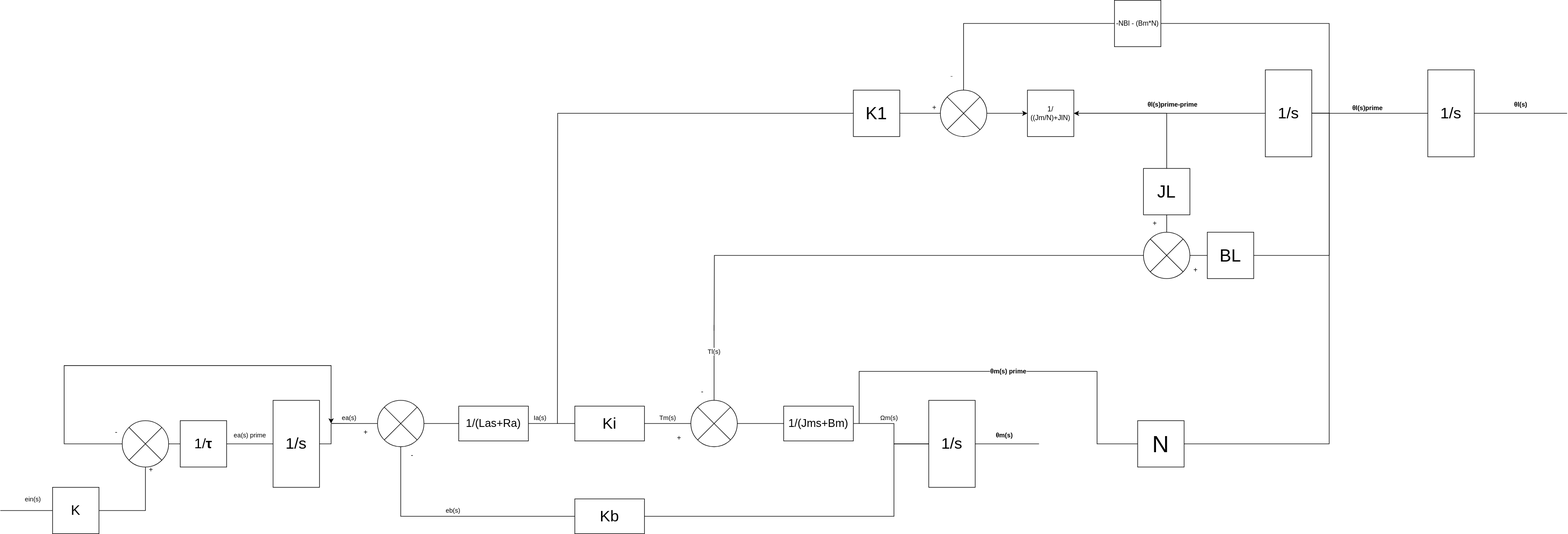
Before: schema_bloc_S5_APP3.svg, a diagram exported from draw.io (cdg66/GE-S5-APP3). Source tidied: cells renumbered, new cells last; positions are measured from the earlier drawing's top-left corner, leaving out a move shared by most shapes. The source it was exported from:
```xml
<mxGraphModel>
  <root>
    <mxCell id="0" />
    <mxCell id="1" parent="0" />
    <mxCell id="2" style="edgeStyle=orthogonalEdgeStyle;rounded=0;jettySize=auto;html=1;endArrow=none;endFill=0;" parent="1" edge="1" source="4">
      <mxGeometry relative="1" as="geometry">
        <mxPoint x="570" y="730" as="targetPoint" />
      </mxGeometry>
    </mxCell>
    <mxCell id="3" value="ea(s) prime" style="edgeStyle=orthogonalEdgeStyle;rounded=0;jettySize=auto;html=1;endArrow=none;endFill=0;entryX=1;entryY=0.5;entryDx=0;entryDy=0;" parent="1" edge="1" source="4" target="14">
      <mxGeometry y="-15" relative="1" as="geometry" />
    </mxCell>
    <mxCell id="4" value="&lt;font style=&quot;font-size: 27px;&quot;&gt;1/s&lt;/font&gt;" style="rounded=0;whiteSpace=wrap;html=1;" parent="1" vertex="1">
      <mxGeometry x="470" y="690" width="80" height="150" as="geometry" />
    </mxCell>
    <mxCell id="5" style="edgeStyle=orthogonalEdgeStyle;rounded=0;jettySize=auto;html=1;entryX=0;entryY=0.5;entryDx=0;entryDy=0;endArrow=none;endFill=0;" parent="1" edge="1" source="8" target="10">
      <mxGeometry relative="1" as="geometry" />
    </mxCell>
    <mxCell id="6" value="&lt;span class=&quot;ILfuVd&quot; lang=&quot;fr&quot;&gt;&lt;/span&gt;&lt;span class=&quot;ILfuVd&quot; lang=&quot;fr&quot;&gt;&lt;/span&gt;&lt;span class=&quot;ILfuVd&quot; lang=&quot;fr&quot;&gt;&lt;span class=&quot;hgKElc&quot;&gt;&lt;b&gt;θl(s)prime&lt;/b&gt;&lt;/span&gt;&lt;/span&gt;" style="edgeLabel;html=1;align=center;verticalAlign=middle;" parent="5" vertex="1">
      <mxGeometry x="-0.06" y="1" relative="1" as="geometry">
        <mxPoint y="-9" as="offset" />
      </mxGeometry>
    </mxCell>
    <mxCell id="7" value="&lt;span class=&quot;ILfuVd&quot; lang=&quot;fr&quot;&gt;&lt;/span&gt;&lt;span class=&quot;ILfuVd&quot; lang=&quot;fr&quot;&gt;&lt;/span&gt;&lt;span class=&quot;ILfuVd&quot; lang=&quot;fr&quot;&gt;&lt;span class=&quot;hgKElc&quot;&gt;&lt;b&gt;θl(s)prime-prime&lt;/b&gt;&lt;/span&gt;&lt;/span&gt;" style="edgeStyle=orthogonalEdgeStyle;rounded=0;jettySize=auto;html=1;exitX=0;exitY=0.5;exitDx=0;exitDy=0;endArrow=none;endFill=0;entryX=1;entryY=0.5;entryDx=0;entryDy=0;" parent="1" edge="1" source="8" target="55">
      <mxGeometry x="-0.03" y="-15" relative="1" as="geometry" />
    </mxCell>
    <mxCell id="8" value="&lt;font style=&quot;font-size: 27px;&quot;&gt;1/s&lt;/font&gt;" style="rounded=0;whiteSpace=wrap;html=1;" parent="1" vertex="1">
      <mxGeometry x="2180" y="120" width="80" height="150" as="geometry" />
    </mxCell>
    <mxCell id="9" value="&lt;span class=&quot;ILfuVd&quot; lang=&quot;fr&quot;&gt;&lt;/span&gt;&lt;span class=&quot;ILfuVd&quot; lang=&quot;fr&quot;&gt;&lt;/span&gt;&lt;span class=&quot;ILfuVd&quot; lang=&quot;fr&quot;&gt;&lt;/span&gt;&lt;span class=&quot;ILfuVd&quot; lang=&quot;fr&quot;&gt;&lt;span class=&quot;hgKElc&quot;&gt;&lt;b&gt;θl(s)&lt;/b&gt;&lt;/span&gt;&lt;/span&gt;" style="edgeStyle=orthogonalEdgeStyle;rounded=0;jettySize=auto;html=1;endArrow=none;endFill=0;" parent="1" edge="1" source="10">
      <mxGeometry y="15" relative="1" as="geometry">
        <mxPoint x="2700" y="195" as="targetPoint" />
        <mxPoint x="-15" y="-15" as="offset" />
      </mxGeometry>
    </mxCell>
    <mxCell id="10" value="&lt;font style=&quot;font-size: 27px;&quot;&gt;1/s&lt;/font&gt;" style="rounded=0;whiteSpace=wrap;html=1;" parent="1" vertex="1">
      <mxGeometry x="2460" y="120" width="80" height="150" as="geometry" />
    </mxCell>
    <mxCell id="11" style="edgeStyle=orthogonalEdgeStyle;rounded=0;jettySize=auto;html=1;" parent="1" edge="1" source="12">
      <mxGeometry relative="1" as="geometry">
        <mxPoint x="570" y="730" as="targetPoint" />
        <Array as="points">
          <mxPoint x="110" y="765" />
          <mxPoint x="110" y="630" />
          <mxPoint x="570" y="630" />
        </Array>
      </mxGeometry>
    </mxCell>
    <mxCell id="12" style="shape=sumEllipse;perimeter=ellipsePerimeter;whiteSpace=wrap;html=1;backgroundOutline=1;" parent="1" vertex="1">
      <mxGeometry x="210" y="725" width="80" height="80" as="geometry" />
    </mxCell>
    <mxCell id="13" style="edgeStyle=orthogonalEdgeStyle;rounded=0;jettySize=auto;html=1;entryX=1;entryY=0.5;entryDx=0;entryDy=0;endArrow=none;endFill=0;" parent="1" edge="1" source="14" target="12">
      <mxGeometry relative="1" as="geometry" />
    </mxCell>
    <mxCell id="14" value="&lt;font style=&quot;font-size: 24px;&quot;&gt;1/&lt;span class=&quot;ILfuVd&quot; lang=&quot;fr&quot;&gt;&lt;span class=&quot;hgKElc&quot;&gt;&lt;b&gt;τ&lt;/b&gt;&lt;/span&gt;&lt;/span&gt;&lt;/font&gt;" style="whiteSpace=wrap;html=1;" parent="1" vertex="1">
      <mxGeometry x="310" y="725" width="80" height="80" as="geometry" />
    </mxCell>
    <mxCell id="15" style="edgeStyle=orthogonalEdgeStyle;rounded=0;jettySize=auto;html=1;endArrow=none;endFill=0;" parent="1" edge="1" source="17" target="12">
      <mxGeometry relative="1" as="geometry" />
    </mxCell>
    <mxCell id="16" value="ein(s)" style="edgeStyle=orthogonalEdgeStyle;rounded=0;jettySize=auto;html=1;endArrow=none;endFill=0;" parent="1" edge="1" source="17">
      <mxGeometry x="-0.01" y="-10" relative="1" as="geometry">
        <mxPoint y="880" as="targetPoint" />
        <mxPoint x="10" y="-10" as="offset" />
      </mxGeometry>
    </mxCell>
    <mxCell id="17" value="&lt;font style=&quot;font-size: 24px;&quot;&gt;K&lt;/font&gt;" style="whiteSpace=wrap;html=1;" parent="1" vertex="1">
      <mxGeometry x="90" y="840" width="80" height="80" as="geometry" />
    </mxCell>
    <mxCell id="18" value="+" style="text;html=1;strokeColor=none;fillColor=none;align=center;verticalAlign=middle;whiteSpace=wrap;rounded=0;" parent="1" vertex="1">
      <mxGeometry x="230" y="795" width="60" height="30" as="geometry" />
    </mxCell>
    <mxCell id="19" value="-" style="text;html=1;strokeColor=none;fillColor=none;align=center;verticalAlign=middle;whiteSpace=wrap;rounded=0;" parent="1" vertex="1">
      <mxGeometry x="170" y="730" width="60" height="30" as="geometry" />
    </mxCell>
    <mxCell id="20" style="group;" parent="1" vertex="1">
      <mxGeometry x="570" y="560" width="1220" height="360" as="geometry" />
    </mxCell>
    <mxCell id="21" value="&lt;span class=&quot;ILfuVd&quot; lang=&quot;fr&quot;&gt;&lt;/span&gt;&lt;span class=&quot;ILfuVd&quot; lang=&quot;fr&quot;&gt;&lt;/span&gt;&lt;span class=&quot;ILfuVd&quot; lang=&quot;fr&quot;&gt;&lt;span class=&quot;hgKElc&quot;&gt;&lt;b&gt;θm(s)&lt;/b&gt;&lt;/span&gt;&lt;/span&gt;" style="edgeStyle=orthogonalEdgeStyle;rounded=0;jettySize=auto;html=1;endArrow=none;endFill=0;" parent="20" edge="1" source="22">
      <mxGeometry x="-0.09" y="15" relative="1" as="geometry">
        <mxPoint x="1220" y="205" as="targetPoint" />
      </mxGeometry>
    </mxCell>
    <mxCell id="22" value="&lt;font style=&quot;font-size: 27px;&quot;&gt;1/s&lt;/font&gt;" style="rounded=0;whiteSpace=wrap;html=1;" parent="20" vertex="1">
      <mxGeometry x="1030" y="130" width="80" height="150" as="geometry" />
    </mxCell>
    <mxCell id="23" value="&lt;div&gt;ea(s)&lt;/div&gt;" style="edgeStyle=orthogonalEdgeStyle;rounded=0;jettySize=auto;html=1;exitX=0;exitY=0.5;exitDx=0;exitDy=0;endArrow=none;endFill=0;" parent="20" edge="1" source="24">
      <mxGeometry x="0.24" y="-10" relative="1" as="geometry">
        <mxPoint y="169.9" as="targetPoint" />
      </mxGeometry>
    </mxCell>
    <mxCell id="24" style="shape=sumEllipse;perimeter=ellipsePerimeter;whiteSpace=wrap;html=1;backgroundOutline=1;" parent="20" vertex="1">
      <mxGeometry x="80" y="130" width="80" height="80" as="geometry" />
    </mxCell>
    <mxCell id="25" value="&lt;div&gt;eb(s)&lt;/div&gt;" style="edgeStyle=orthogonalEdgeStyle;rounded=0;jettySize=auto;html=1;endArrow=none;endFill=0;" parent="20" edge="1" source="26" target="24">
      <mxGeometry y="-10" relative="1" as="geometry" />
    </mxCell>
    <mxCell id="26" value="&lt;font style=&quot;font-size: 27px;&quot;&gt;Kb&lt;/font&gt;" style="rounded=0;whiteSpace=wrap;html=1;" parent="20" vertex="1">
      <mxGeometry x="420" y="300" width="120" height="60" as="geometry" />
    </mxCell>
    <mxCell id="27" style="edgeStyle=orthogonalEdgeStyle;rounded=0;jettySize=auto;html=1;exitX=0;exitY=0.5;exitDx=0;exitDy=0;entryX=1;entryY=0.5;entryDx=0;entryDy=0;startArrow=none;startFill=0;endArrow=none;endFill=0;" parent="20" edge="1" source="22" target="26">
      <mxGeometry relative="1" as="geometry">
        <Array as="points">
          <mxPoint x="970" y="205" />
          <mxPoint x="970" y="330" />
        </Array>
      </mxGeometry>
    </mxCell>
    <mxCell id="28" value="&lt;font style=&quot;font-size: 27px;&quot;&gt;Ki&lt;/font&gt;" style="rounded=0;whiteSpace=wrap;html=1;" parent="20" vertex="1">
      <mxGeometry x="420" y="140" width="120" height="60" as="geometry" />
    </mxCell>
    <mxCell id="29" value="&lt;div&gt;Tl(s)&lt;/div&gt;" style="edgeStyle=orthogonalEdgeStyle;rounded=0;jettySize=auto;html=1;endArrow=none;endFill=0;" parent="20" edge="1" source="30">
      <mxGeometry x="-0.01" y="-20" relative="1" as="geometry">
        <mxPoint x="660" as="targetPoint" />
        <mxPoint x="-20" y="-20" as="offset" />
      </mxGeometry>
    </mxCell>
    <mxCell id="30" style="shape=sumEllipse;perimeter=ellipsePerimeter;whiteSpace=wrap;html=1;backgroundOutline=1;" parent="20" vertex="1">
      <mxGeometry x="620" y="130" width="80" height="80" as="geometry" />
    </mxCell>
    <mxCell id="31" value="Tm(s)" style="edgeStyle=orthogonalEdgeStyle;rounded=0;jettySize=auto;html=1;endArrow=none;endFill=0;" parent="20" edge="1" source="28" target="30">
      <mxGeometry y="10" relative="1" as="geometry" />
    </mxCell>
    <mxCell id="32" value="&lt;span class=&quot;ILfuVd&quot; lang=&quot;fr&quot;&gt;&lt;span class=&quot;hgKElc&quot;&gt;&amp;nbsp;&lt;/span&gt;&lt;/span&gt;&lt;span class=&quot;ILfuVd&quot; lang=&quot;fr&quot;&gt;&lt;span class=&quot;hgKElc&quot;&gt;Ωm(s) &lt;/span&gt;&lt;/span&gt;" style="edgeStyle=orthogonalEdgeStyle;rounded=0;jettySize=auto;html=1;endArrow=none;endFill=0;" parent="20" edge="1" source="33" target="22">
      <mxGeometry x="-0.27" y="10" relative="1" as="geometry">
        <Array as="points">
          <mxPoint x="970" y="170" />
          <mxPoint x="970" y="205" />
        </Array>
      </mxGeometry>
    </mxCell>
    <mxCell id="33" value="&lt;font style=&quot;font-size: 19px;&quot;&gt;1/(Jms+Bm)&lt;/font&gt;" style="rounded=0;whiteSpace=wrap;html=1;" parent="20" vertex="1">
      <mxGeometry x="780" y="140" width="120" height="60" as="geometry" />
    </mxCell>
    <mxCell id="34" style="edgeStyle=orthogonalEdgeStyle;rounded=0;jettySize=auto;html=1;endArrow=none;endFill=0;" parent="20" edge="1" source="30" target="33">
      <mxGeometry relative="1" as="geometry" />
    </mxCell>
    <mxCell id="35" style="edgeStyle=orthogonalEdgeStyle;rounded=0;jettySize=auto;html=1;exitX=0;exitY=0.5;exitDx=0;exitDy=0;endArrow=none;endFill=0;" parent="20" edge="1" source="37" target="24">
      <mxGeometry relative="1" as="geometry" />
    </mxCell>
    <mxCell id="36" value="Ia(s)" style="edgeStyle=orthogonalEdgeStyle;rounded=0;jettySize=auto;html=1;exitX=1;exitY=0.5;exitDx=0;exitDy=0;entryX=0;entryY=0.5;entryDx=0;entryDy=0;endArrow=none;endFill=0;" parent="20" edge="1" source="37" target="28">
      <mxGeometry x="-0.5" y="10" relative="1" as="geometry" />
    </mxCell>
    <mxCell id="37" value="&lt;font style=&quot;font-size: 19px;&quot;&gt;1/(Las+Ra)&lt;/font&gt;" style="rounded=0;whiteSpace=wrap;html=1;" parent="20" vertex="1">
      <mxGeometry x="220" y="140" width="120" height="60" as="geometry" />
    </mxCell>
    <mxCell id="38" value="+" style="text;html=1;strokeColor=none;fillColor=none;align=center;verticalAlign=middle;whiteSpace=wrap;rounded=0;" parent="20" vertex="1">
      <mxGeometry x="30" y="170" width="60" height="30" as="geometry" />
    </mxCell>
    <mxCell id="39" value="-" style="text;html=1;strokeColor=none;fillColor=none;align=center;verticalAlign=middle;whiteSpace=wrap;rounded=0;" parent="20" vertex="1">
      <mxGeometry x="110" y="210" width="60" height="30" as="geometry" />
    </mxCell>
    <mxCell id="40" value="+" style="text;html=1;strokeColor=none;fillColor=none;align=center;verticalAlign=middle;whiteSpace=wrap;rounded=0;" parent="20" vertex="1">
      <mxGeometry x="570" y="180" width="60" height="30" as="geometry" />
    </mxCell>
    <mxCell id="41" value="-" style="text;html=1;strokeColor=none;fillColor=none;align=center;verticalAlign=middle;whiteSpace=wrap;rounded=0;" parent="20" vertex="1">
      <mxGeometry x="610" y="100" width="60" height="30" as="geometry" />
    </mxCell>
    <mxCell id="42" style="edgeStyle=orthogonalEdgeStyle;rounded=0;jettySize=auto;html=1;entryX=0;entryY=0.5;entryDx=0;entryDy=0;" parent="1" edge="1" source="43" target="55">
      <mxGeometry relative="1" as="geometry" />
    </mxCell>
    <mxCell id="43" style="shape=sumEllipse;perimeter=ellipsePerimeter;whiteSpace=wrap;html=1;backgroundOutline=1;" parent="1" vertex="1">
      <mxGeometry x="1620" y="155" width="80" height="80" as="geometry" />
    </mxCell>
    <mxCell id="44" style="edgeStyle=orthogonalEdgeStyle;rounded=0;jettySize=auto;html=1;entryX=0;entryY=0.5;entryDx=0;entryDy=0;endArrow=none;endFill=0;" parent="1" edge="1" source="46" target="43">
      <mxGeometry relative="1" as="geometry" />
    </mxCell>
    <mxCell id="45" style="edgeStyle=orthogonalEdgeStyle;rounded=0;jettySize=auto;html=1;endArrow=none;endFill=0;exitX=0;exitY=0.5;exitDx=0;exitDy=0;" parent="1" edge="1" source="46">
      <mxGeometry relative="1" as="geometry">
        <mxPoint x="960" y="730" as="targetPoint" />
      </mxGeometry>
    </mxCell>
    <mxCell id="46" value="&lt;div style=&quot;font-size: 30px;&quot;&gt;&lt;font style=&quot;font-size: 30px;&quot;&gt;K1&lt;/font&gt;&lt;/div&gt;" style="whiteSpace=wrap;html=1;" parent="1" vertex="1">
      <mxGeometry x="1470" y="155" width="80" height="80" as="geometry" />
    </mxCell>
    <mxCell id="47" style="edgeStyle=orthogonalEdgeStyle;rounded=0;jettySize=auto;html=1;endArrow=none;endFill=0;" parent="1" edge="1" source="49" target="43">
      <mxGeometry relative="1" as="geometry" />
    </mxCell>
    <mxCell id="48" style="edgeStyle=orthogonalEdgeStyle;rounded=0;jettySize=auto;html=1;exitX=1;exitY=0.5;exitDx=0;exitDy=0;entryX=1;entryY=0.5;entryDx=0;entryDy=0;endArrow=none;endFill=0;" parent="1" edge="1" source="49" target="8">
      <mxGeometry relative="1" as="geometry">
        <Array as="points">
          <mxPoint x="2290" y="40" />
          <mxPoint x="2290" y="195" />
        </Array>
      </mxGeometry>
    </mxCell>
    <mxCell id="49" value="-NBl - (Bm*N)" style="whiteSpace=wrap;html=1;" parent="1" vertex="1">
      <mxGeometry x="1920" width="80" height="80" as="geometry" />
    </mxCell>
    <mxCell id="50" value="&lt;span class=&quot;ILfuVd&quot; lang=&quot;fr&quot;&gt;&lt;span class=&quot;hgKElc&quot;&gt;&lt;b&gt;θm(s) prime&lt;br&gt;&lt;/b&gt;&lt;/span&gt;&lt;/span&gt;" style="edgeStyle=orthogonalEdgeStyle;rounded=0;jettySize=auto;html=1;endArrow=none;endFill=0;" parent="1" edge="1" source="52">
      <mxGeometry relative="1" as="geometry">
        <mxPoint x="1480" y="730" as="targetPoint" />
        <Array as="points">
          <mxPoint x="1890" y="765" />
          <mxPoint x="1890" y="640" />
          <mxPoint x="1480" y="640" />
        </Array>
      </mxGeometry>
    </mxCell>
    <mxCell id="51" style="edgeStyle=orthogonalEdgeStyle;rounded=0;jettySize=auto;html=1;entryX=1;entryY=0.5;entryDx=0;entryDy=0;endArrow=none;endFill=0;" parent="1" edge="1" source="52" target="8">
      <mxGeometry relative="1" as="geometry">
        <Array as="points">
          <mxPoint x="2290" y="765" />
          <mxPoint x="2290" y="195" />
        </Array>
      </mxGeometry>
    </mxCell>
    <mxCell id="52" value="&lt;font style=&quot;font-size: 40px;&quot;&gt;N&lt;/font&gt;" style="whiteSpace=wrap;html=1;" parent="1" vertex="1">
      <mxGeometry x="1960" y="725" width="80" height="80" as="geometry" />
    </mxCell>
    <mxCell id="53" value="+" style="text;html=1;strokeColor=none;fillColor=none;align=center;verticalAlign=middle;whiteSpace=wrap;rounded=0;" parent="1" vertex="1">
      <mxGeometry x="1580" y="170" width="60" height="30" as="geometry" />
    </mxCell>
    <mxCell id="54" value="⁻" style="text;html=1;strokeColor=none;fillColor=none;align=center;verticalAlign=middle;whiteSpace=wrap;rounded=0;" parent="1" vertex="1">
      <mxGeometry x="1610" y="120" width="60" height="30" as="geometry" />
    </mxCell>
    <mxCell id="55" value="&lt;div&gt;1/&lt;/div&gt;&lt;div&gt;((Jm/N)+JlN)&lt;br&gt;&lt;/div&gt;" style="whiteSpace=wrap;html=1;" parent="1" vertex="1">
      <mxGeometry x="1770" y="155" width="80" height="80" as="geometry" />
    </mxCell>
    <mxCell id="56" style="edgeStyle=orthogonalEdgeStyle;rounded=0;jettySize=auto;html=1;entryX=0.5;entryY=0;entryDx=0;entryDy=0;endArrow=none;endFill=0;" parent="1" edge="1" source="58" target="60">
      <mxGeometry relative="1" as="geometry" />
    </mxCell>
    <mxCell id="57" style="edgeStyle=orthogonalEdgeStyle;rounded=0;jettySize=auto;html=1;exitX=0.5;exitY=0;exitDx=0;exitDy=0;entryX=1;entryY=0.5;entryDx=0;entryDy=0;" parent="1" edge="1" source="58" target="55">
      <mxGeometry relative="1" as="geometry" />
    </mxCell>
    <mxCell id="58" value="&lt;font style=&quot;font-size: 30px;&quot;&gt;JL&lt;/font&gt;" style="whiteSpace=wrap;html=1;" parent="1" vertex="1">
      <mxGeometry x="1970" y="290" width="80" height="80" as="geometry" />
    </mxCell>
    <mxCell id="59" style="edgeStyle=orthogonalEdgeStyle;rounded=0;jettySize=auto;html=1;endArrow=none;endFill=0;" parent="1" edge="1" source="60">
      <mxGeometry relative="1" as="geometry">
        <mxPoint x="1230" y="570" as="targetPoint" />
      </mxGeometry>
    </mxCell>
    <mxCell id="60" style="shape=sumEllipse;perimeter=ellipsePerimeter;whiteSpace=wrap;html=1;backgroundOutline=1;" parent="1" vertex="1">
      <mxGeometry x="1970" y="400" width="80" height="80" as="geometry" />
    </mxCell>
    <mxCell id="61" style="edgeStyle=orthogonalEdgeStyle;rounded=0;jettySize=auto;html=1;endArrow=none;endFill=0;" parent="1" edge="1" source="63" target="60">
      <mxGeometry relative="1" as="geometry" />
    </mxCell>
    <mxCell id="62" style="edgeStyle=orthogonalEdgeStyle;rounded=0;jettySize=auto;html=1;entryX=1;entryY=0.5;entryDx=0;entryDy=0;endArrow=none;endFill=0;" parent="1" edge="1" source="63" target="8">
      <mxGeometry relative="1" as="geometry">
        <Array as="points">
          <mxPoint x="2290" y="440" />
          <mxPoint x="2290" y="195" />
        </Array>
      </mxGeometry>
    </mxCell>
    <mxCell id="63" value="&lt;font style=&quot;font-size: 30px;&quot;&gt;BL&lt;/font&gt;" style="whiteSpace=wrap;html=1;" parent="1" vertex="1">
      <mxGeometry x="2080" y="400" width="80" height="80" as="geometry" />
    </mxCell>
    <mxCell id="64" value="+" style="text;html=1;strokeColor=none;fillColor=none;align=center;verticalAlign=middle;whiteSpace=wrap;rounded=0;" parent="1" vertex="1">
      <mxGeometry x="1960" y="370" width="60" height="30" as="geometry" />
    </mxCell>
    <mxCell id="65" value="+" style="text;html=1;strokeColor=none;fillColor=none;align=center;verticalAlign=middle;whiteSpace=wrap;rounded=0;" parent="1" vertex="1">
      <mxGeometry x="2030" y="450" width="60" height="30" as="geometry" />
    </mxCell>
  </root>
</mxGraphModel>
```
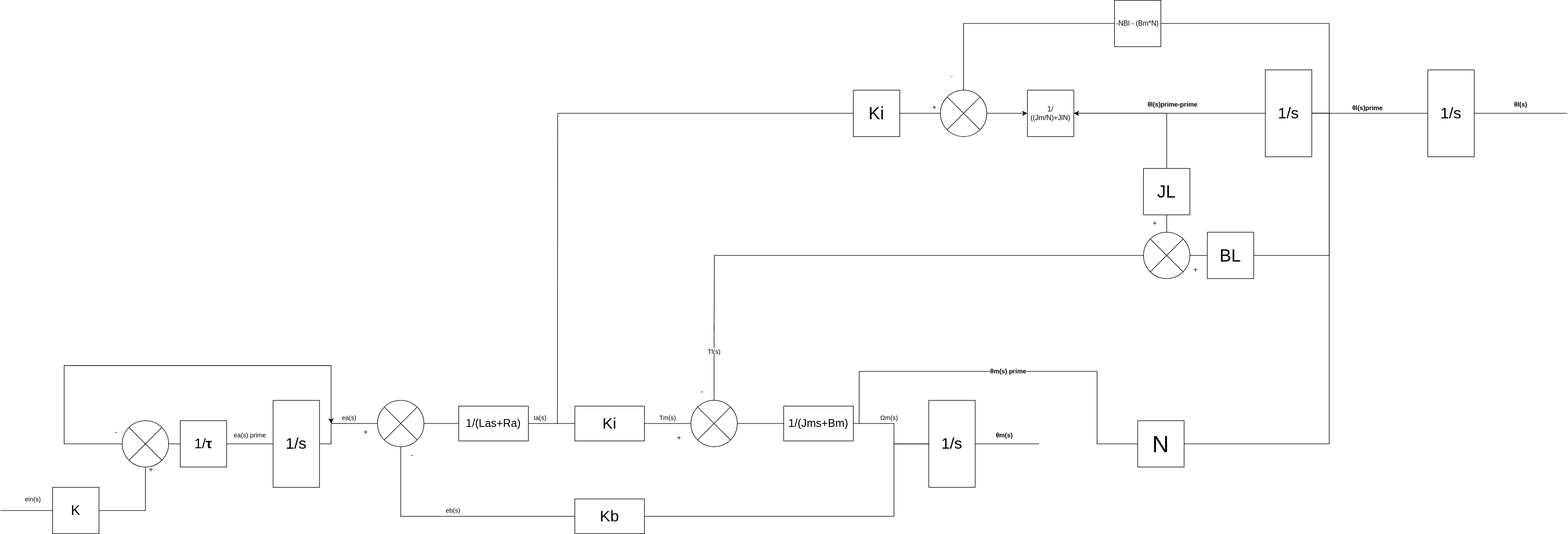
The same diagram one commit later.

The edit, as a diff of the source:
```diff
@@ -170,7 +170,7 @@
         <mxPoint x="960" y="730" as="targetPoint" />
       </mxGeometry>
     </mxCell>
-    <mxCell id="46" value="&lt;div style=&quot;font-size: 30px;&quot;&gt;&lt;font style=&quot;font-size: 30px;&quot;&gt;K1&lt;/font&gt;&lt;/div&gt;" style="whiteSpace=wrap;html=1;" parent="1" vertex="1">
+    <mxCell id="46" value="&lt;div style=&quot;font-size: 30px;&quot;&gt;&lt;font style=&quot;font-size: 30px;&quot;&gt;Ki&lt;/font&gt;&lt;/div&gt;" style="whiteSpace=wrap;html=1;" parent="1" vertex="1">
       <mxGeometry x="1470" y="155" width="80" height="80" as="geometry" />
     </mxCell>
     <mxCell id="47" style="edgeStyle=orthogonalEdgeStyle;rounded=0;jettySize=auto;html=1;endArrow=none;endFill=0;" parent="1" edge="1" source="49" target="43">
```
